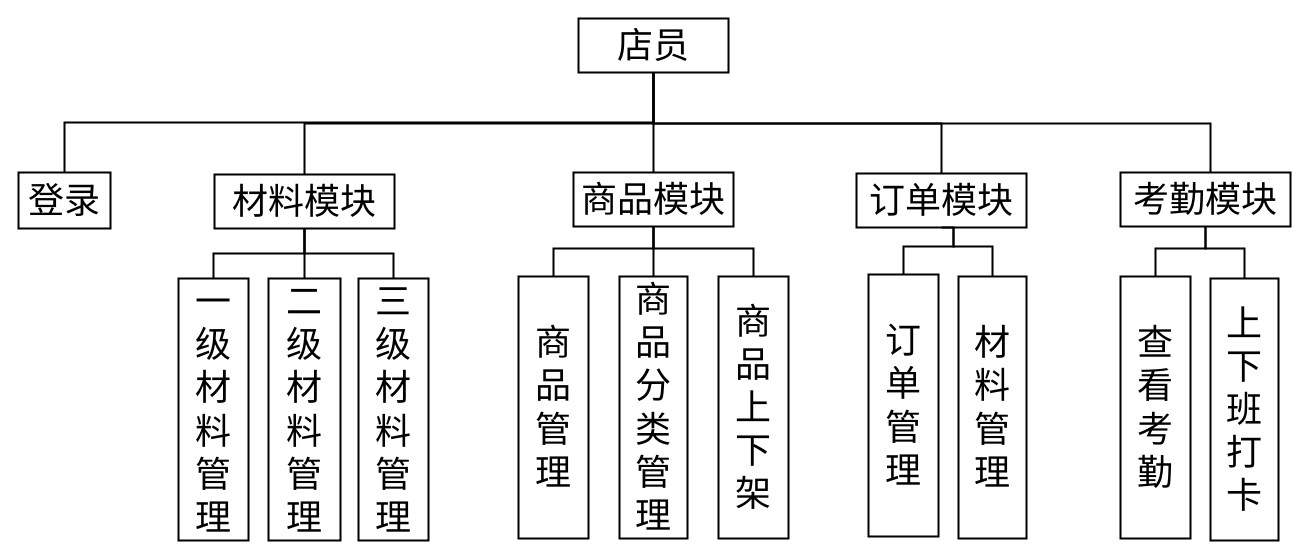
LichCarlos/darwIo keeps this draw.io diagram as 店员系统架构图.drawio. Above is the earlier version. Source tidied: cells renumbered, new cells numbered last; positions are measured from the earlier drawing's top-left corner, leaving out a move shared by most shapes. Both pictures are drawn from the tidied source at 100%, with x=0, y=0 at pixel (-542, 18).
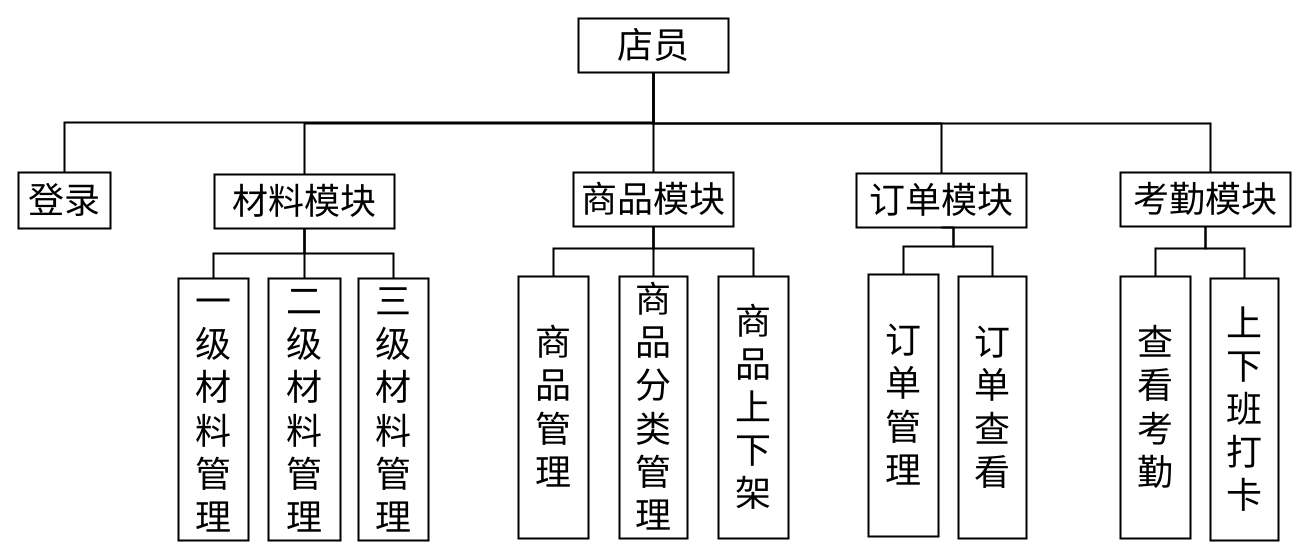
The same diagram, later.

Commit message:
更新店员系统架构图.drawio

What changed in the source:
```diff
@@
-    <mxCell id="29" value="材&#10;料&#10;管&#10;理" style="whiteSpace=wrap;strokeWidth=2;labelBackgroundColor=none;fontSize=36;horizontal=1;fontStyle=0;align=center;flipH=0;legacyAnchorPoints=0;verticalAlign=middle;" parent="1" vertex="1">
+    <mxCell id="29" value="订单查看" style="whiteSpace=wrap;strokeWidth=2;labelBackgroundColor=none;fontSize=36;horizontal=1;fontStyle=0;align=center;flipH=0;legacyAnchorPoints=0;verticalAlign=middle;" parent="1" vertex="1">
       <mxGeometry x="1500" y="258" width="68" height="262" as="geometry" />
     </mxCell>
```
